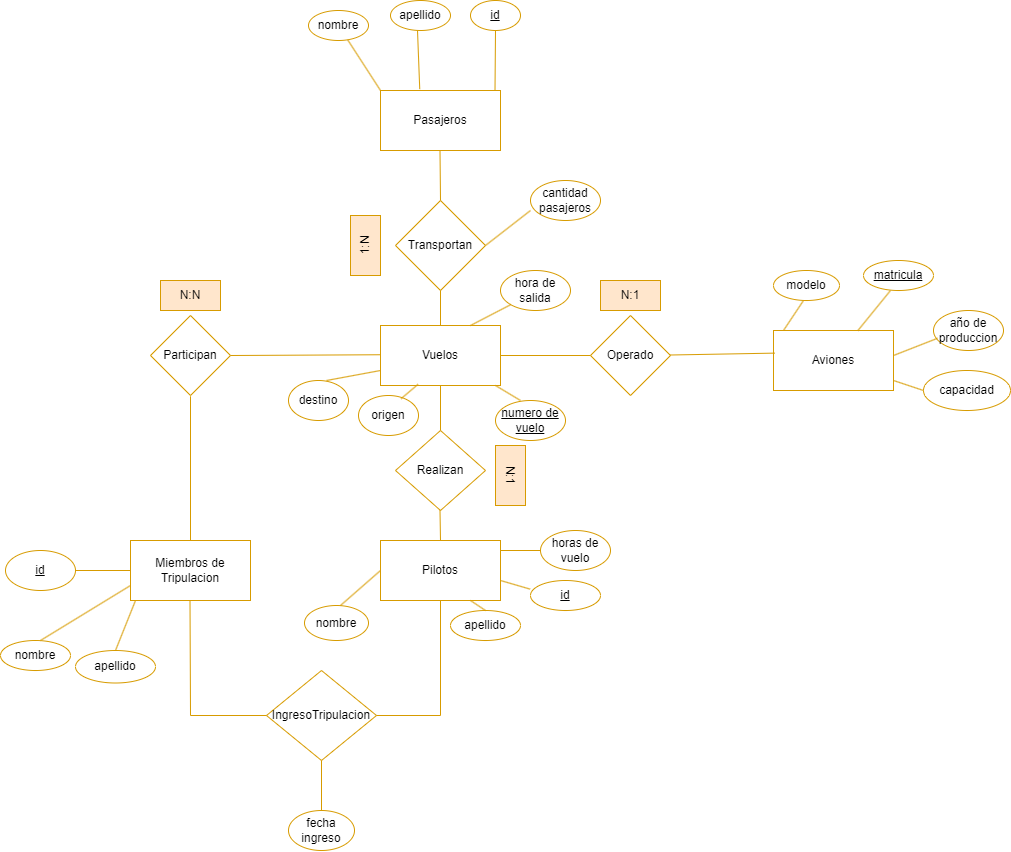
NoeAvalos/Base-de-datos-Compa-ia-aerea keeps this draw.io diagram as Diseño conceptual .drawio.png. Above is the earlier version. Source tidied: cells renumbered, new cells last; positions are measured from the earlier drawing's top-left corner, leaving out a move shared by most shapes.
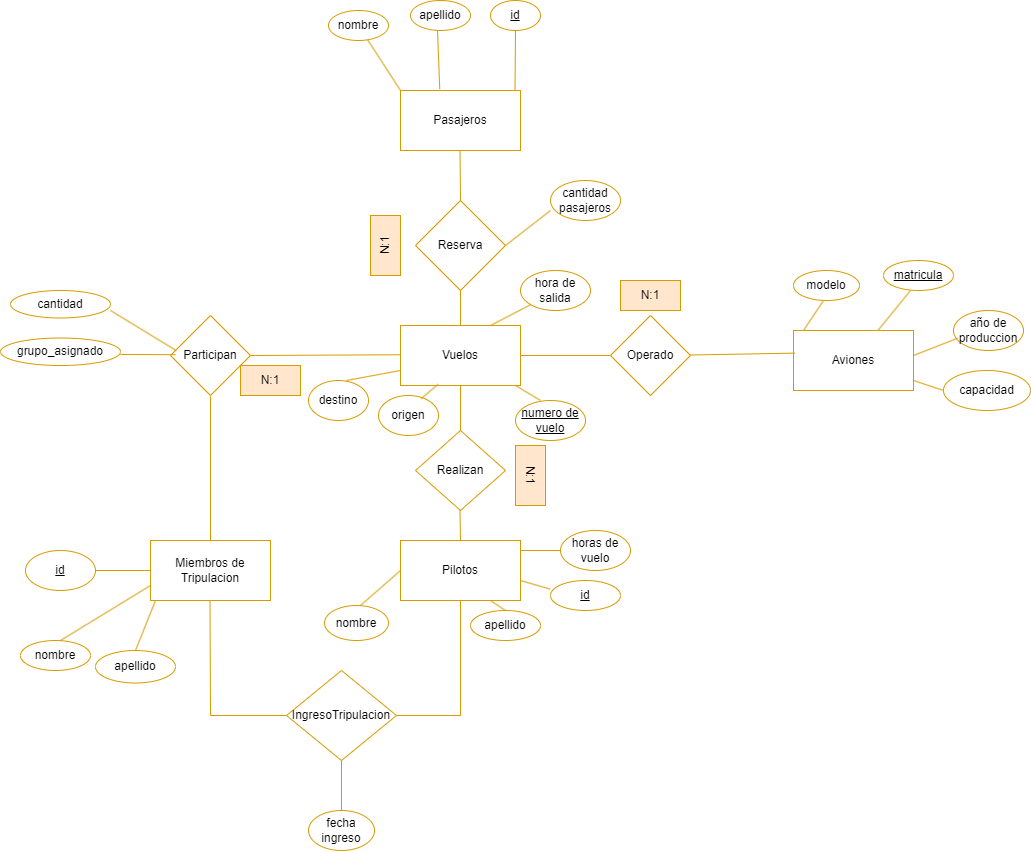
The same file after the commit.

Diff of the diagram source:
```diff
@@ -138,7 +138,7 @@
     <mxCell id="40" style="endArrow=none;html=1;rounded=0;entryX=0.5;entryY=1;entryDx=0;entryDy=0;exitX=0.5;exitY=0;exitDx=0;exitDy=0;fillColor=#ffe6cc;strokeColor=#d79b00;" parent="1" edge="1" source="10" target="41">
       <mxGeometry relative="1" as="geometry" />
     </mxCell>
-    <mxCell id="41" value="Transportan" style="rhombus;whiteSpace=wrap;html=1;fillColor=none;strokeColor=#d79b00;" parent="1" vertex="1">
+    <mxCell id="41" value="Reserva" style="rhombus;whiteSpace=wrap;html=1;fillColor=none;strokeColor=#d79b00;" parent="1" vertex="1">
       <mxGeometry x="395" y="200" width="90" height="90" as="geometry" />
     </mxCell>
     <mxCell id="42" style="endArrow=none;html=1;rounded=0;exitX=0;exitY=0;exitDx=0;exitDy=0;fillColor=#ffe6cc;strokeColor=#d79b00;" parent="1" edge="1" source="37" target="35">
@@ -239,7 +239,7 @@
     <mxCell id="61" style="endArrow=none;html=1;rounded=0;exitX=0.5;exitY=0;exitDx=0;exitDy=0;entryX=0.5;entryY=1;entryDx=0;entryDy=0;fillColor=#ffe6cc;strokeColor=#d79b00;" parent="1" edge="1" source="8" target="19">
       <mxGeometry relative="1" as="geometry" />
     </mxCell>
-    <mxCell id="62" value="1:N" style="text;html=1;strokeColor=#d79b00;fillColor=#ffe6cc;align=center;verticalAlign=middle;whiteSpace=wrap;rounded=0;rotation=-90;direction=west;" parent="1" vertex="1">
+    <mxCell id="62" value="N:1" style="text;html=1;strokeColor=#d79b00;fillColor=#ffe6cc;align=center;verticalAlign=middle;whiteSpace=wrap;rounded=0;rotation=-90;direction=west;" parent="1" vertex="1">
       <mxGeometry x="335" y="230" width="60" height="30" as="geometry" />
     </mxCell>
     <mxCell id="63" value="N:1" style="text;html=1;strokeColor=#d79b00;fillColor=#ffe6cc;align=center;verticalAlign=middle;whiteSpace=wrap;rounded=0;" parent="1" vertex="1">
@@ -248,8 +248,26 @@
     <mxCell id="64" value="N:1" style="text;html=1;strokeColor=#d79b00;fillColor=#ffe6cc;align=center;verticalAlign=middle;whiteSpace=wrap;rounded=0;rotation=90;" parent="1" vertex="1">
       <mxGeometry x="480" y="460" width="60" height="30" as="geometry" />
     </mxCell>
-    <mxCell id="65" value="N:N" style="text;html=1;strokeColor=#d79b00;fillColor=#ffe6cc;align=center;verticalAlign=middle;whiteSpace=wrap;rounded=0;" parent="1" vertex="1">
-      <mxGeometry x="160" y="280" width="60" height="30" as="geometry" />
+    <mxCell id="65" value="N:1" style="text;html=1;strokeColor=#d79b00;fillColor=#ffe6cc;align=center;verticalAlign=middle;whiteSpace=wrap;rounded=0;" parent="1" vertex="1">
+      <mxGeometry x="220" y="365" width="60" height="30" as="geometry" />
     </mxCell>
+    <mxCell id="66" style="endArrow=none;html=1;rounded=0;entryX=0.012;entryY=0.377;entryDx=0;entryDy=0;entryPerimeter=0;fillColor=#ffe6cc;strokeColor=#d79b00;" parent="1" edge="1">
+      <mxGeometry relative="1" as="geometry">
+        <mxPoint x="100" y="354" as="sourcePoint" />
+        <mxPoint x="155" y="354.2" as="targetPoint" />
+      </mxGeometry>
+    </mxCell>
+    <mxCell id="67" value="grupo_asignado" style="ellipse;whiteSpace=wrap;html=1;fillColor=none;strokeColor=#d79b00;" parent="1" vertex="1">
+      <mxGeometry x="-20" y="337.5" width="120" height="27.5" as="geometry" />
+    </mxCell>
+    <mxCell id="68" value="cantidad" style="ellipse;whiteSpace=wrap;html=1;fillColor=none;strokeColor=#d79b00;" parent="1" vertex="1">
+      <mxGeometry x="-10" y="290" width="100" height="27.5" as="geometry" />
+    </mxCell>
+    <mxCell id="69" style="endArrow=none;html=1;rounded=0;entryX=0.012;entryY=0.377;entryDx=0;entryDy=0;entryPerimeter=0;fillColor=#ffe6cc;strokeColor=#d79b00;" parent="1" edge="1">
+      <mxGeometry relative="1" as="geometry">
+        <mxPoint x="90" y="310" as="sourcePoint" />
+        <mxPoint x="155.6" y="350" as="targetPoint" />
+      </mxGeometry>
+    </mxCell>
   </root>
 </mxGraphModel>
```
